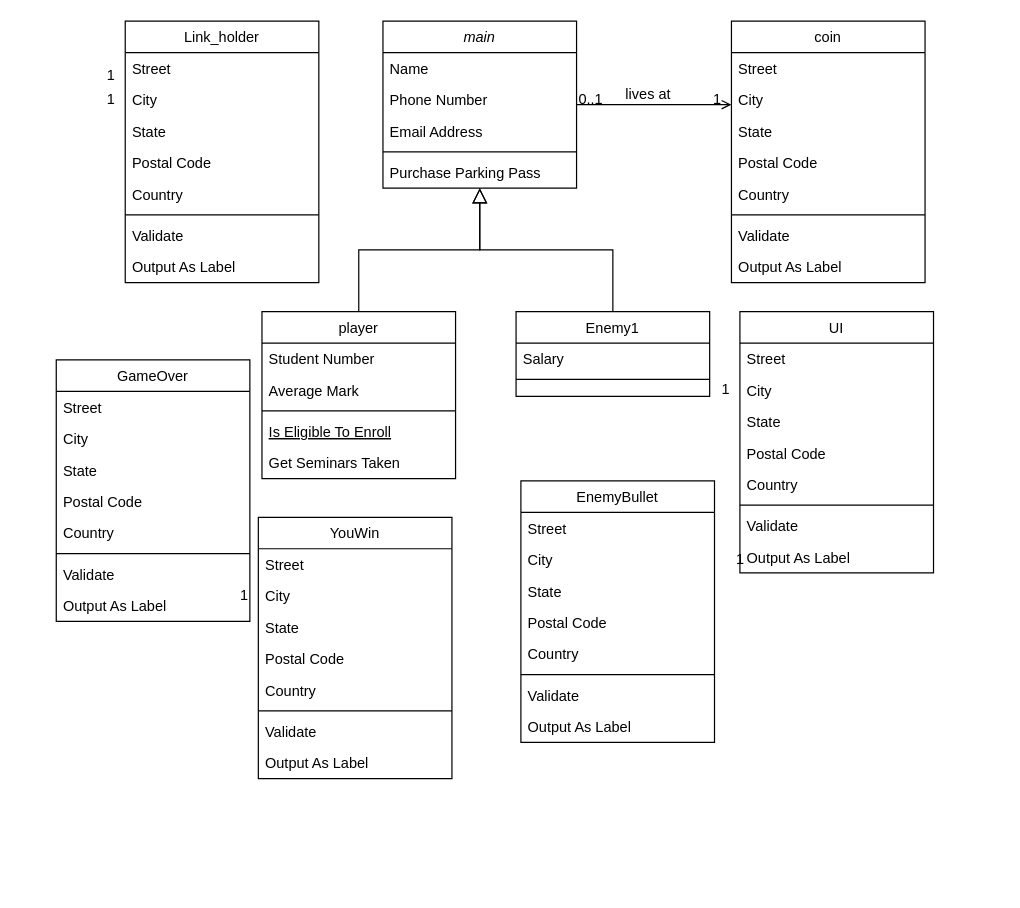
The draw.io diagram Unavngivet diagram.drawio in Anasbananhovede/eksame-projekt, before the edit. Source tidied: cells renumbered, new cells numbered last; positions are measured from the earlier drawing's top-left corner, leaving out a move shared by most shapes. Both pictures are drawn from the tidied source at 121%, with x=0, y=0 at pixel (56, 21).
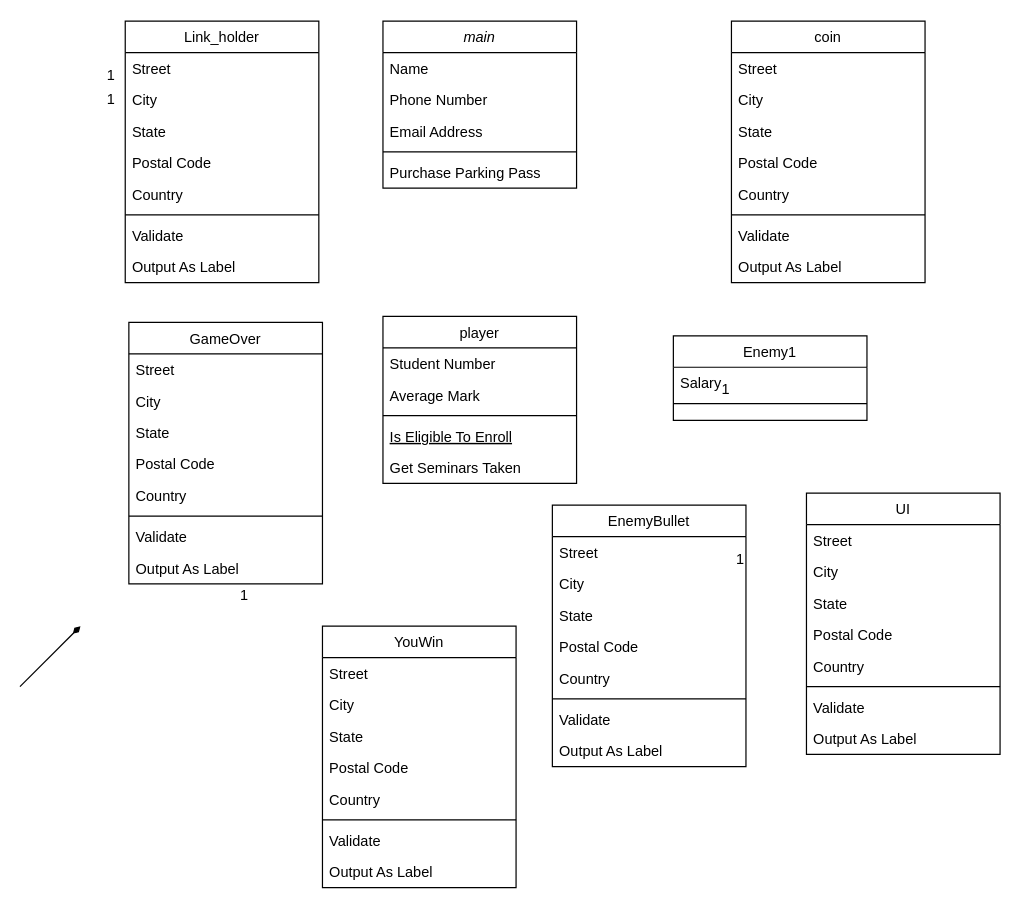
The same page after the edit.

Commit message:
ville bare gemme for at teste.drawio

Unchanged cells that the change refers to:
```xml
<mxCell id="2" value="main&#10;" style="swimlane;fontStyle=2;align=center;verticalAlign=top;horizontal=1;startSize=26;rounded=0;shadow=0;strokeWidth=1;" parent="1" vertex="1">
  <mxGeometry x="270" width="160" height="138" as="geometry" />
</mxCell>
<mxCell id="19" value="coin&#10;" style="swimlane;fontStyle=0;align=center;verticalAlign=top;horizontal=1;startSize=26;rounded=0;shadow=0;strokeWidth=1;" parent="1" vertex="1">
  <mxGeometry x="558" width="160" height="216" as="geometry" />
</mxCell>
```

Diff of the diagram source:
```diff
@@
     <mxCell id="8" value="player&#10;" style="swimlane;fontStyle=0;align=center;verticalAlign=top;horizontal=1;startSize=26;rounded=0;shadow=0;strokeWidth=1;" parent="1" vertex="1">
-      <mxGeometry x="170" y="240" width="160" height="138" as="geometry" />
+      <mxGeometry x="270" y="244" width="160" height="138" as="geometry" />
     </mxCell>
@@
-    <mxCell id="14" style="endArrow=block;endSize=10;endFill=0;shadow=0;strokeWidth=1;rounded=0;curved=0;edgeStyle=elbowEdgeStyle;elbow=vertical;" parent="1" edge="1" source="8" target="2">
-      <mxGeometry relative="1" as="geometry" />
-    </mxCell>
     <mxCell id="15" value="Enemy1" style="swimlane;fontStyle=0;align=center;verticalAlign=top;horizontal=1;startSize=26;rounded=0;shadow=0;strokeWidth=1;" parent="1" vertex="1">
-      <mxGeometry x="380" y="240" width="160" height="70" as="geometry" />
+      <mxGeometry x="510" y="260" width="160" height="70" as="geometry" />
     </mxCell>
@@
-    <mxCell id="18" style="endArrow=block;endSize=10;endFill=0;shadow=0;strokeWidth=1;rounded=0;curved=0;edgeStyle=elbowEdgeStyle;elbow=vertical;" parent="1" edge="1" source="15" target="2">
-      <mxGeometry relative="1" as="geometry" />
-    </mxCell>
@@
-    <mxCell id="28" style="endArrow=open;shadow=0;strokeWidth=1;rounded=0;curved=0;endFill=1;edgeStyle=elbowEdgeStyle;elbow=vertical;" parent="1" edge="1" source="2" target="19">
-      <mxGeometry x="0.5" y="41" relative="1" as="geometry">
-        <mxPoint x="-40" y="32" as="offset" />
-      </mxGeometry>
-    </mxCell>
-    <mxCell id="29" value="0..1" style="align=left;verticalAlign=bottom;labelBackgroundColor=none;fontSize=12;" parent="28" vertex="1">
-      <mxGeometry x="-1" relative="1" as="geometry">
-        <mxPoint y="4" as="offset" />
-      </mxGeometry>
-    </mxCell>
-    <mxCell id="30" value="1" style="align=right;verticalAlign=bottom;labelBackgroundColor=none;fontSize=12;" parent="28" vertex="1">
-      <mxGeometry x="1" relative="1" as="geometry">
-        <mxPoint x="-7" y="4" as="offset" />
-      </mxGeometry>
-    </mxCell>
-    <mxCell id="31" value="lives at" style="text;html=1;align=center;verticalAlign=middle;labelBackgroundColor=none;rounded=0;shadow=0;strokeWidth=1;fontSize=12;" parent="28" vertex="1">
-      <mxGeometry x="0.5" y="49" relative="1" as="geometry">
-        <mxPoint x="-38" y="40" as="offset" />
-      </mxGeometry>
-    </mxCell>
     <mxCell id="32" value="EnemyBullet" style="swimlane;fontStyle=0;align=center;verticalAlign=top;horizontal=1;startSize=26;rounded=0;shadow=0;strokeWidth=1;" parent="1" vertex="1">
-      <mxGeometry x="384" y="380" width="160" height="216" as="geometry" />
+      <mxGeometry x="410" y="400" width="160" height="216" as="geometry" />
     </mxCell>
@@
     <mxCell id="42" value="YouWin" style="swimlane;fontStyle=0;align=center;verticalAlign=top;horizontal=1;startSize=26;rounded=0;shadow=0;strokeWidth=1;" parent="1" vertex="1">
-      <mxGeometry x="167" y="410" width="160" height="216" as="geometry" />
+      <mxGeometry x="220" y="500" width="160" height="216" as="geometry" />
     </mxCell>
@@
     <mxCell id="52" value="GameOver" style="swimlane;fontStyle=0;align=center;verticalAlign=top;horizontal=1;startSize=26;rounded=0;shadow=0;strokeWidth=1;" parent="1" vertex="1">
-      <mxGeometry y="280" width="160" height="216" as="geometry" />
+      <mxGeometry x="60" y="249" width="160" height="216" as="geometry" />
     </mxCell>
@@
     <mxCell id="72" value="UI" style="swimlane;fontStyle=0;align=center;verticalAlign=top;horizontal=1;startSize=26;rounded=0;shadow=0;strokeWidth=1;" parent="1" vertex="1">
-      <mxGeometry x="565" y="240" width="160" height="216" as="geometry" />
+      <mxGeometry x="620" y="390" width="160" height="216" as="geometry" />
     </mxCell>
@@
+    <mxCell id="82" style="endArrow=diamondThin;html=1;rounded=0;endFill=1;" parent="1" edge="1">
+      <mxGeometry relative="1" as="geometry">
+        <mxPoint x="-30" y="550" as="sourcePoint" />
+        <mxPoint x="20" y="500" as="targetPoint" />
+      </mxGeometry>
+    </mxCell>
```
